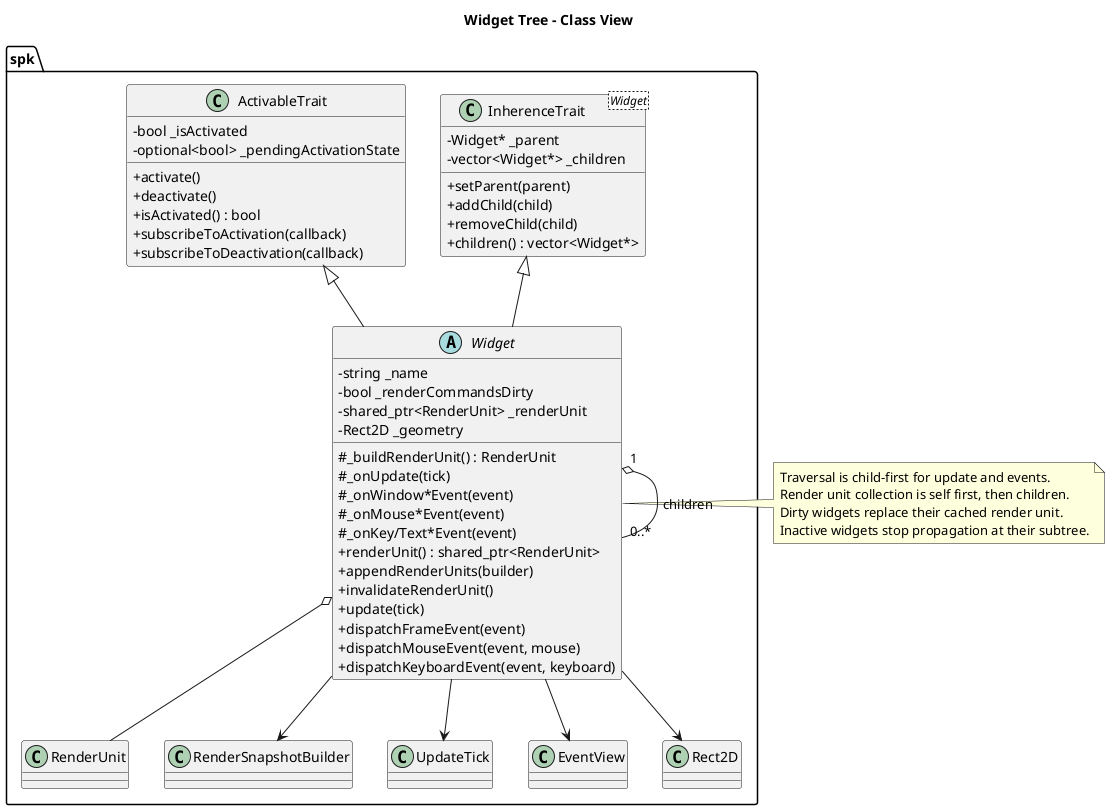
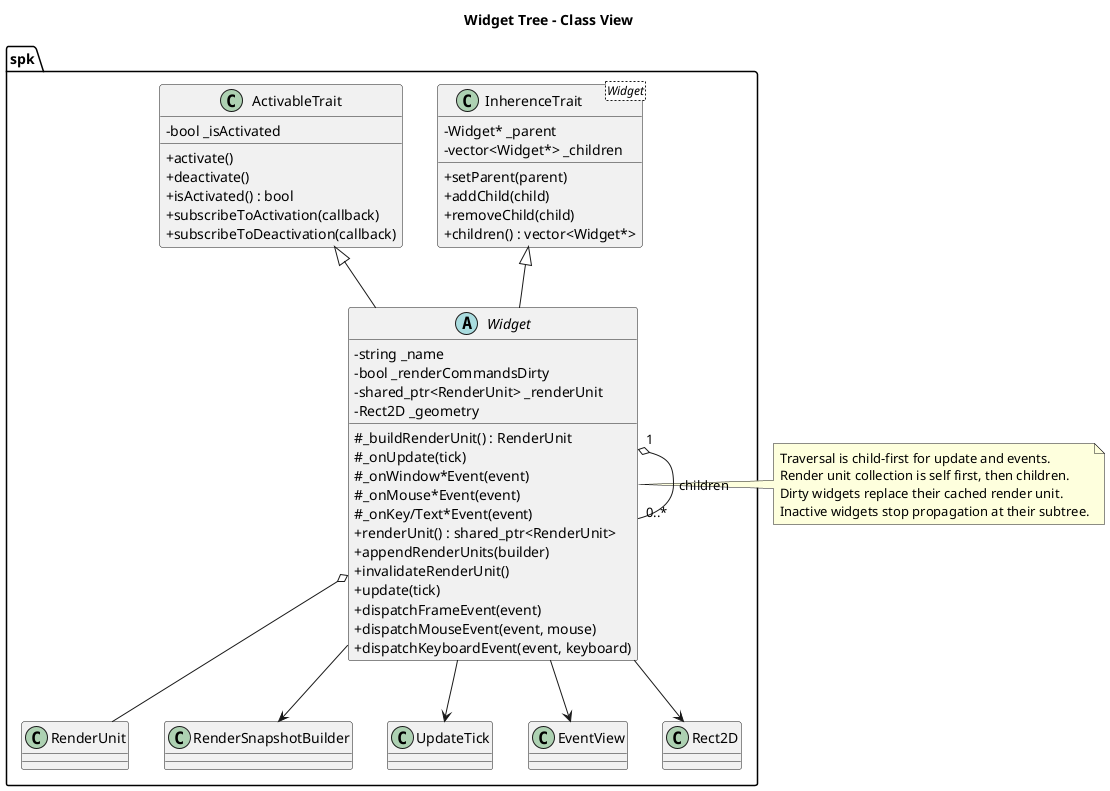
@startuml
title Widget Tree - Class View

skinparam classAttributeIconSize 0

namespace spk {
	class "InherenceTrait<Widget>" as InherenceTraitWidget {
		- Widget* _parent
		- vector<Widget*> _children
		+ setParent(parent)
		+ addChild(child)
		+ removeChild(child)
		+ children() : vector<Widget*>
	}

	class ActivableTrait {
		- bool _isActivated
- 		- optional<bool> _pendingActivationState
		+ activate()
		+ deactivate()
		+ isActivated() : bool
		+ subscribeToActivation(callback)
		+ subscribeToDeactivation(callback)
	}

	abstract class Widget {
		- string _name
		- bool _renderCommandsDirty
		- shared_ptr<RenderUnit> _renderUnit
		- Rect2D _geometry
		# _buildRenderUnit() : RenderUnit
		# _onUpdate(tick)
		# _onWindow*Event(event)
		# _onMouse*Event(event)
		# _onKey/Text*Event(event)
		+ renderUnit() : shared_ptr<RenderUnit>
		+ appendRenderUnits(builder)
		+ invalidateRenderUnit()
		+ update(tick)
		+ dispatchFrameEvent(event)
		+ dispatchMouseEvent(event, mouse)
		+ dispatchKeyboardEvent(event, keyboard)
	}

	class RenderUnit
	class RenderSnapshotBuilder
	class UpdateTick
	class EventView
	class Rect2D
}

spk.InherenceTraitWidget <|-- spk.Widget
spk.ActivableTrait <|-- spk.Widget
spk.Widget "1" o-- "0..*" spk.Widget : children
spk.Widget --> spk.RenderSnapshotBuilder
spk.Widget o-- spk.RenderUnit
spk.Widget --> spk.UpdateTick
spk.Widget --> spk.EventView
spk.Widget --> spk.Rect2D

note right of spk.Widget
Traversal is child-first for update and events.
Render unit collection is self first, then children.
Dirty widgets replace their cached render unit.
Inactive widgets stop propagation at their subtree.
end note

@enduml
